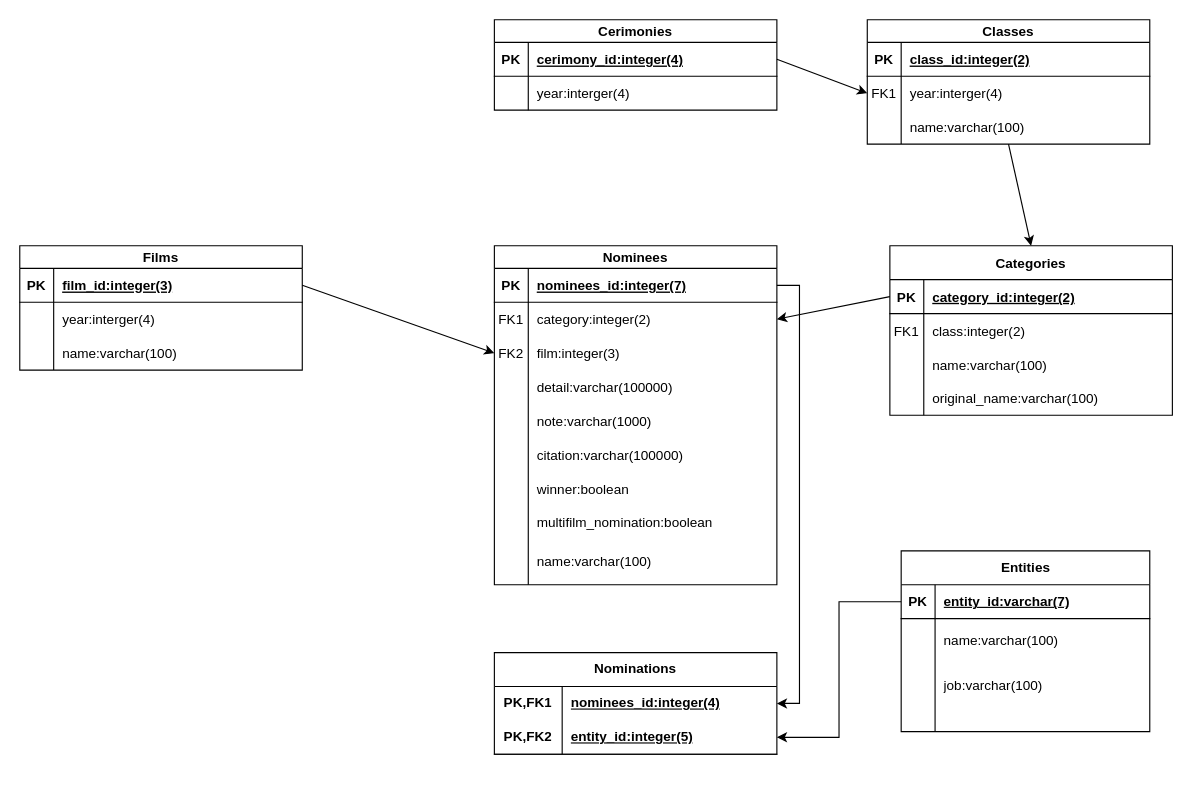
QuAleAcEna/PythonAppOscars keeps this draw.io diagram as modelo_relacional_oscars.drawio. Above is the earlier version. Source tidied: cells renumbered, new cells numbered last; positions are measured from the earlier drawing's top-left corner, leaving out a move shared by most shapes. Both pictures are drawn from the tidied source at 113%, with x=0, y=0 at pixel (19, 19).
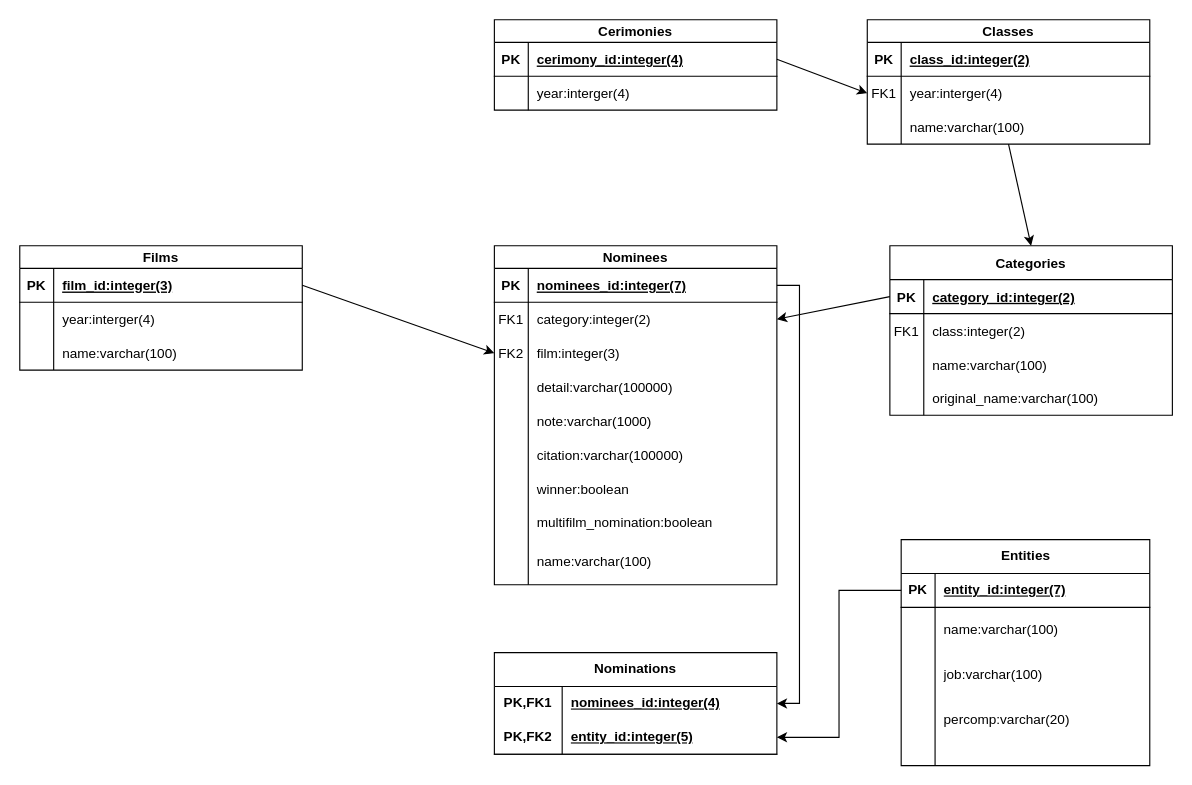
The same diagram, later.

The change refers to these unchanged cells:
```xml
<mxCell id="73" style="shape=tableRow;horizontal=0;startSize=0;swimlaneHead=0;swimlaneBody=0;fillColor=none;points=[[0,0.5],[1,0.5]];portConstraint=eastwest;top=0;left=0;right=0;bottom=1;" parent="72" vertex="1">
  <mxGeometry y="30" width="220" height="30" as="geometry" />
</mxCell>
```

Change to the diagram source:
```diff
@@
     <mxCell id="72" value="Entities" style="shape=table;startSize=30;childLayout=tableLayout;rowLines=0;fontStyle=1;align=center;html=1;" parent="1" vertex="1">
-      <mxGeometry x="780" y="470" width="220" height="160" as="geometry" />
+      <mxGeometry x="780" y="460" width="220" height="200" as="geometry" />
     </mxCell>
@@
-    <mxCell id="75" value="entity_id:varchar(7)" style="shape=partialRectangle;fillColor=none;top=0;left=0;bottom=0;right=0;align=left;spacingLeft=6;fontStyle=5;overflow=hidden;whiteSpace=wrap;html=1;" parent="73" vertex="1">
+    <mxCell id="75" value="entity_id:integer(7)" style="shape=partialRectangle;fillColor=none;top=0;left=0;bottom=0;right=0;align=left;spacingLeft=6;fontStyle=5;overflow=hidden;whiteSpace=wrap;html=1;" parent="73" vertex="1">
       <mxGeometry x="30" width="190" height="30" as="geometry" />
     </mxCell>
@@
+    <mxCell id="86" style="shape=tableRow;horizontal=0;startSize=0;swimlaneHead=0;swimlaneBody=0;fillColor=none;top=0;left=0;right=0;bottom=0;" parent="72" vertex="1">
+      <mxGeometry y="140" width="220" height="40" as="geometry" />
+    </mxCell>
+    <mxCell id="87" style="shape=partialRectangle;fillColor=none;top=0;left=0;bottom=0;right=0;overflow=hidden;whiteSpace=wrap;html=1;" parent="86" vertex="1">
+      <mxGeometry width="30" height="40" as="geometry" />
+    </mxCell>
+    <mxCell id="88" value="percomp:varchar(20)" style="shape=partialRectangle;fillColor=none;top=0;left=0;bottom=0;right=0;align=left;spacingLeft=6;overflow=hidden;whiteSpace=wrap;html=1;" parent="86" vertex="1">
+      <mxGeometry x="30" width="190" height="40" as="geometry" />
+    </mxCell>
     <mxCell id="82" style="shape=tableRow;horizontal=0;startSize=0;swimlaneHead=0;swimlaneBody=0;fillColor=none;top=0;left=0;right=0;bottom=0;" parent="72" vertex="1">
-      <mxGeometry y="140" width="220" height="20" as="geometry" />
+      <mxGeometry y="180" width="220" height="20" as="geometry" />
     </mxCell>
```
